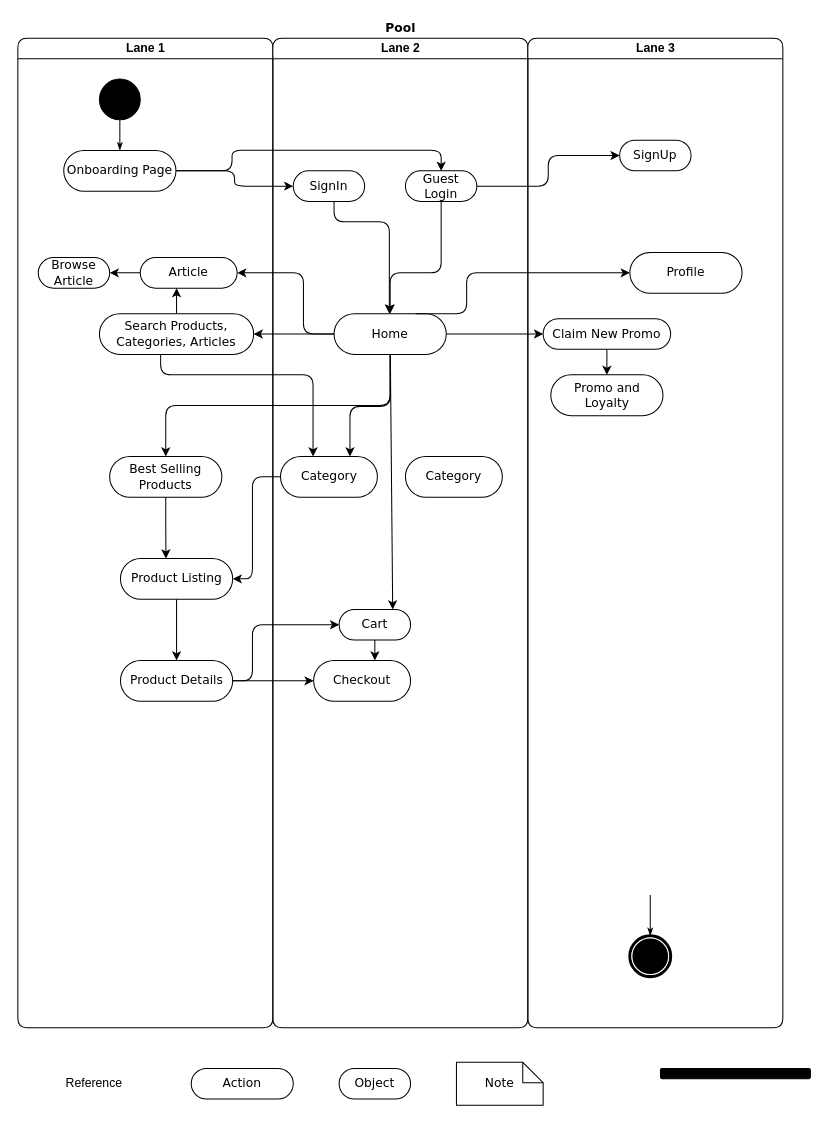
Earlier version of the draw.io diagram Untitled Diagram.drawio (DevX300/TaniMart-UML). Source tidied: cells renumbered, new cells numbered last; positions are measured from the earlier drawing's top-left corner, leaving out a move shared by most shapes. Both pictures are drawn from the tidied source at 102%, with x=0, y=0 at pixel (17, 17).
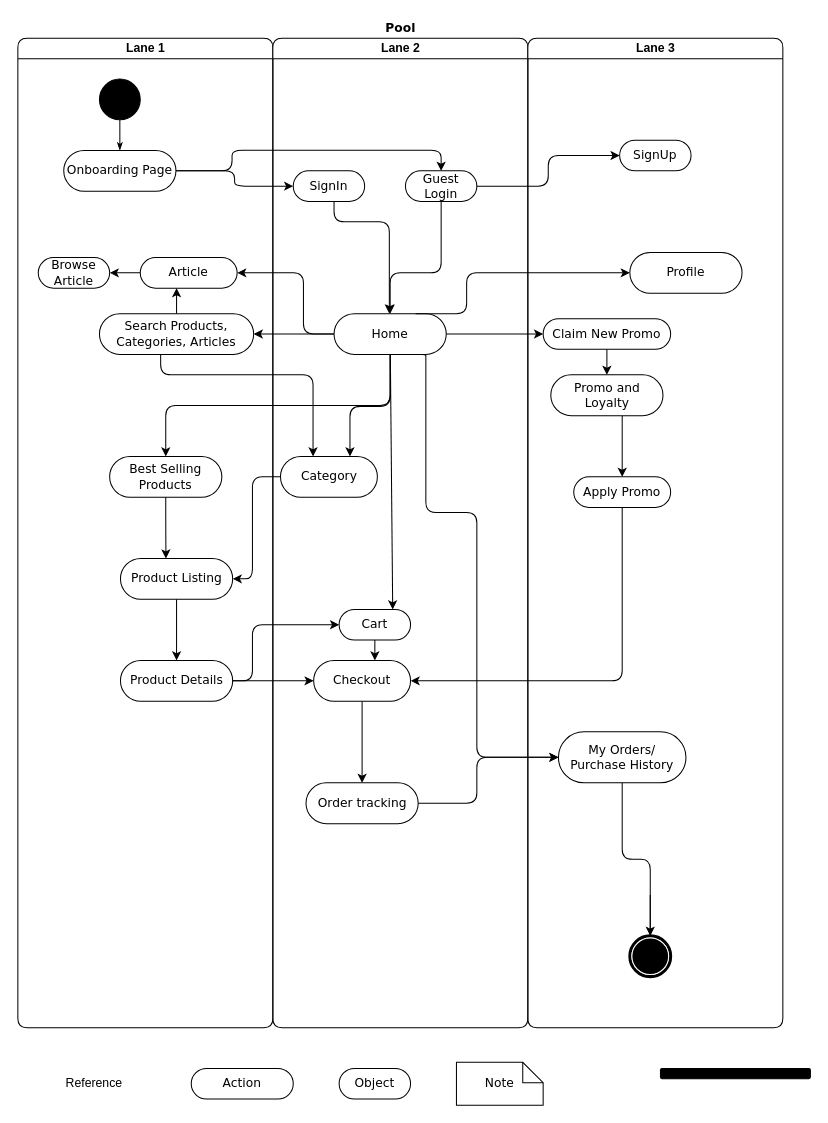
The same diagram, later.

Unchanged cells that the change refers to:
```xml
<mxCell id="2" value="Pool" style="swimlane;html=1;startSize=20;rounded=1;shadow=0;comic=0;labelBackgroundColor=none;strokeWidth=1;fontFamily=Verdana;fontSize=12;align=center;strokeColor=none;" parent="1" vertex="1">
  <mxGeometry width="750" height="990" as="geometry" />
</mxCell>
<mxCell id="17" value="Lane 2" style="swimlane;html=1;startSize=20;rounded=1;" parent="2" vertex="1">
  <mxGeometry x="250" y="20" width="250" height="970" as="geometry" />
</mxCell>
<mxCell id="23" value="Home" style="rounded=1;whiteSpace=wrap;html=1;shadow=0;comic=0;labelBackgroundColor=none;strokeWidth=1;fontFamily=Verdana;fontSize=12;align=center;arcSize=50;" parent="17" vertex="1">
  <mxGeometry x="60" y="270" width="110" height="40" as="geometry" />
</mxCell>
<mxCell id="30" value="Checkout" style="rounded=1;whiteSpace=wrap;html=1;shadow=0;comic=0;labelBackgroundColor=none;strokeWidth=1;fontFamily=Verdana;fontSize=12;align=center;arcSize=50;" parent="17" vertex="1">
  <mxGeometry x="40" y="610" width="95" height="40" as="geometry" />
</mxCell>
<mxCell id="31" value="Lane 3" style="swimlane;html=1;startSize=20;rounded=1;" parent="2" vertex="1">
  <mxGeometry x="500" y="20" width="250" height="970" as="geometry" />
</mxCell>
<mxCell id="33" style="shape=mxgraph.bpmn.shape;html=1;verticalLabelPosition=bottom;labelBackgroundColor=#ffffff;verticalAlign=top;perimeter=ellipsePerimeter;outline=end;symbol=terminate;rounded=1;shadow=0;comic=0;strokeWidth=1;fontFamily=Verdana;fontSize=12;align=center;" parent="31" vertex="1">
  <mxGeometry x="100" y="880" width="40" height="40" as="geometry" />
</mxCell>
<mxCell id="38" value="Promo and Loyalty" style="rounded=1;whiteSpace=wrap;html=1;shadow=0;comic=0;labelBackgroundColor=none;strokeWidth=1;fontFamily=Verdana;fontSize=12;align=center;arcSize=50;" parent="31" vertex="1">
  <mxGeometry x="22.5" y="330" width="110" height="40" as="geometry" />
</mxCell>
```

The edit, as a diff of the source:
```diff
@@
-    <mxCell id="26" value="Category" style="rounded=1;whiteSpace=wrap;html=1;shadow=0;comic=0;labelBackgroundColor=none;strokeWidth=1;fontFamily=Verdana;fontSize=12;align=center;arcSize=50;" parent="17" vertex="1">
-      <mxGeometry x="130" y="410" width="95" height="40" as="geometry" />
-    </mxCell>
@@
+    <mxCell id="55" style="edgeStyle=orthogonalEdgeStyle;rounded=1;jettySize=auto;html=1;entryX=0.5;entryY=0;entryDx=0;entryDy=0;" parent="17" edge="1" source="30" target="56">
+      <mxGeometry relative="1" as="geometry" />
+    </mxCell>
@@
+    <mxCell id="56" value="Order tracking" style="rounded=1;whiteSpace=wrap;html=1;shadow=0;comic=0;labelBackgroundColor=none;strokeWidth=1;fontFamily=Verdana;fontSize=12;align=center;arcSize=50;" parent="17" vertex="1">
+      <mxGeometry x="32.5" y="730" width="110" height="40" as="geometry" />
+    </mxCell>
@@
+    <mxCell id="57" style="edgeStyle=orthogonalEdgeStyle;rounded=1;jettySize=auto;html=1;" parent="31" edge="1" source="38" target="26">
+      <mxGeometry relative="1" as="geometry">
+        <Array as="points">
+          <mxPoint x="92.5" y="390" />
+          <mxPoint x="92.5" y="390" />
+        </Array>
+      </mxGeometry>
+    </mxCell>
@@
+    <mxCell id="26" value="Apply Promo" style="rounded=1;whiteSpace=wrap;html=1;shadow=0;comic=0;labelBackgroundColor=none;strokeWidth=1;fontFamily=Verdana;fontSize=12;align=center;arcSize=50;" parent="31" vertex="1">
+      <mxGeometry x="45" y="430" width="95" height="30" as="geometry" />
+    </mxCell>
+    <mxCell id="58" style="edgeStyle=orthogonalEdgeStyle;rounded=1;jettySize=auto;html=1;entryX=0.5;entryY=0;entryDx=0;entryDy=0;" parent="31" edge="1" source="59" target="33">
+      <mxGeometry relative="1" as="geometry" />
+    </mxCell>
+    <mxCell id="59" value="My Orders/&lt;br&gt;Purchase History" style="rounded=1;whiteSpace=wrap;html=1;shadow=0;comic=0;labelBackgroundColor=none;strokeWidth=1;fontFamily=Verdana;fontSize=12;align=center;arcSize=50;" parent="31" vertex="1">
+      <mxGeometry x="30" y="680" width="125" height="50" as="geometry" />
+    </mxCell>
+    <mxCell id="60" style="edgeStyle=orthogonalEdgeStyle;rounded=1;jettySize=auto;html=1;entryX=0.5;entryY=0;entryDx=0;entryDy=0;exitX=0.75;exitY=1;exitDx=0;exitDy=0;" parent="31" edge="1" source="23">
+      <mxGeometry relative="1" as="geometry">
+        <mxPoint x="30" y="705" as="targetPoint" />
+        <Array as="points">
+          <mxPoint x="-100" y="310" />
+          <mxPoint x="-100" y="312.5" />
+          <mxPoint x="-100" y="312.5" />
+          <mxPoint x="-100" y="465" />
+          <mxPoint x="-50" y="465" />
+          <mxPoint x="-50" y="705" />
+        </Array>
+      </mxGeometry>
+    </mxCell>
@@
+    <mxCell id="61" style="edgeStyle=orthogonalEdgeStyle;rounded=1;jettySize=auto;html=1;entryX=1;entryY=0.5;entryDx=0;entryDy=0;" parent="2" edge="1" source="26" target="30">
+      <mxGeometry relative="1" as="geometry">
+        <Array as="points">
+          <mxPoint x="592.5" y="650" />
+        </Array>
+      </mxGeometry>
+    </mxCell>
+    <mxCell id="62" style="edgeStyle=orthogonalEdgeStyle;rounded=1;jettySize=auto;html=1;entryX=0;entryY=0.5;entryDx=0;entryDy=0;" parent="2" edge="1" source="56" target="59">
+      <mxGeometry relative="1" as="geometry">
+        <Array as="points">
+          <mxPoint x="450" y="770" />
+          <mxPoint x="450" y="725" />
+        </Array>
+      </mxGeometry>
+    </mxCell>
```
